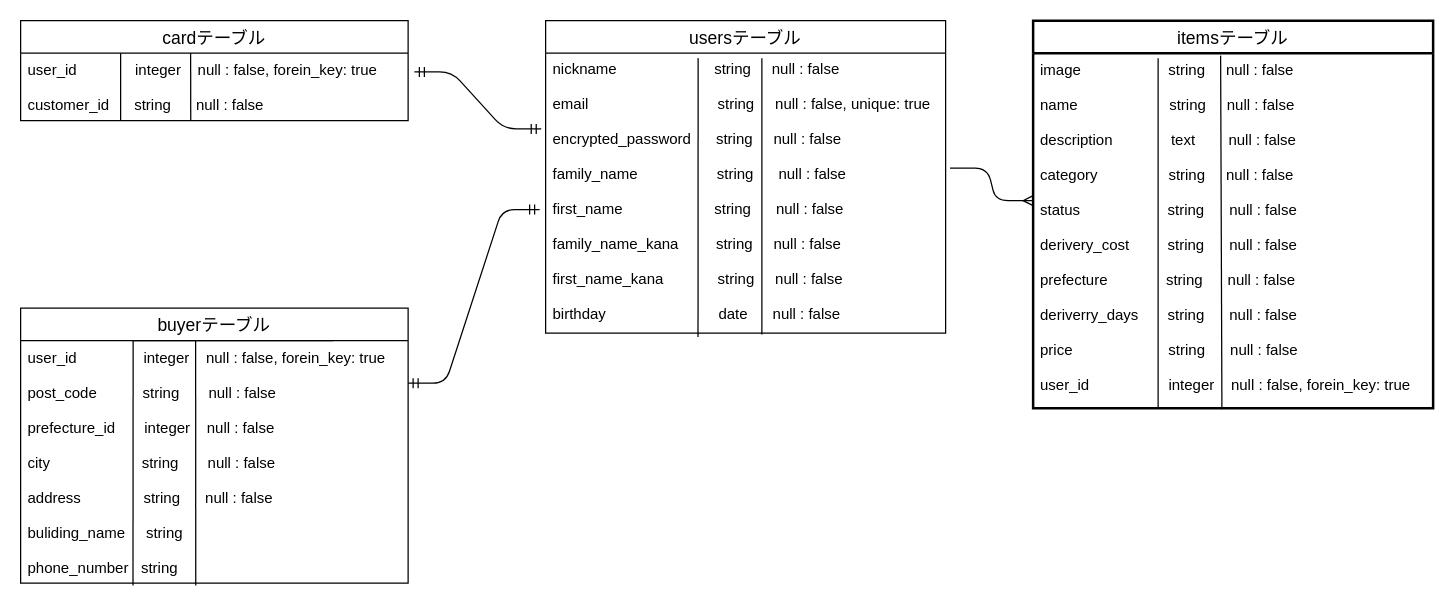
Above: furima.dio in Komty/furima-34555 (draw.io), before the change. Source tidied: cells renumbered, new cells numbered last; positions are measured from the earlier drawing's top-left corner, leaving out a move shared by most shapes. Both pictures are drawn from the tidied source at 125%, with x=0, y=0 at pixel (20, 20).
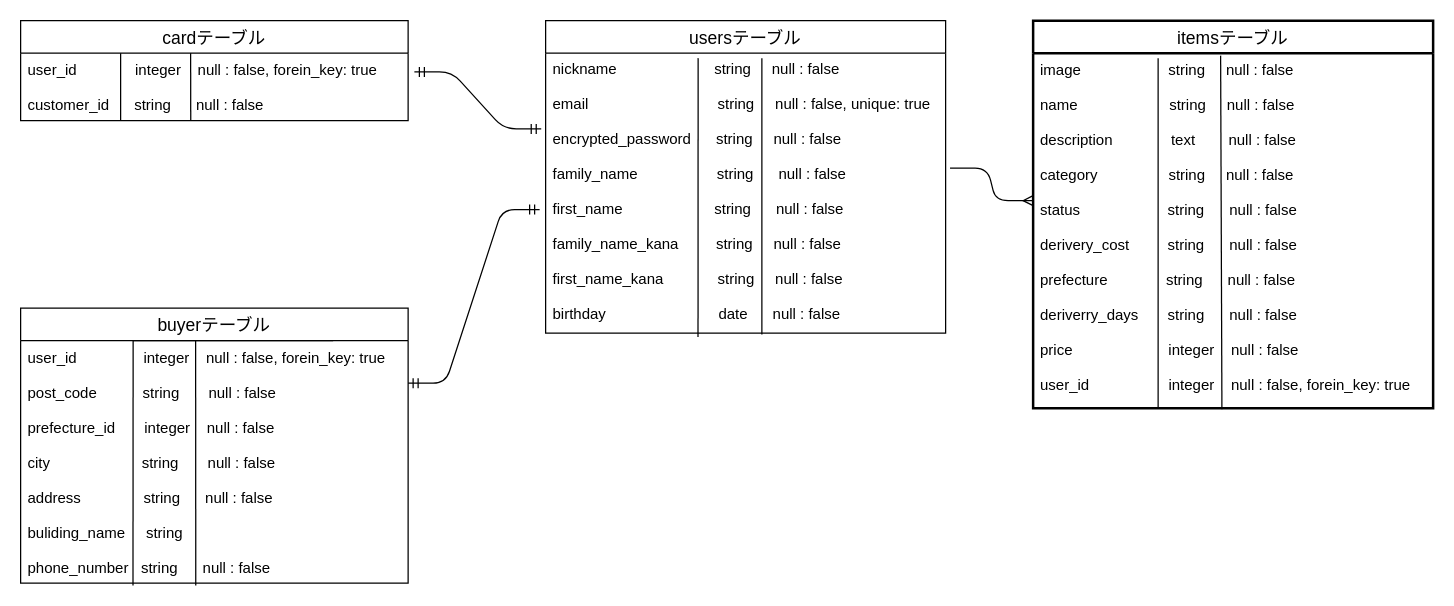
Above is the later version.

Commit message:
データベース設計　修正4

Unchanged cells that the change refers to:
```xml
<mxCell id="3" value="itemsテーブル" style="swimlane;fontStyle=0;horizontal=1;startSize=26;align=center;fontSize=14;strokeWidth=2;" parent="1" vertex="1">
  <mxGeometry x="810" width="320" height="310" as="geometry" />
</mxCell>
<mxCell id="10" value="buyerテーブル" style="swimlane;fontStyle=0;horizontal=1;startSize=26;align=center;fontSize=14;" parent="1" vertex="1">
  <mxGeometry y="230" width="310" height="220" as="geometry" />
</mxCell>
```

Change to the diagram source:
```diff
@@
-    <mxCell id="5" value="image                     string     null : false&#10;&#10;name                      string     null : false &#10;&#10;description              text        null : false &#10;&#10;category                 string     null : false &#10;&#10;status                     string      null : false&#10;&#10;derivery_cost　　  string      null : false &#10;&#10;prefecture              string      null : false&#10;&#10;deriverry_days       string      null : false&#10;&#10;price                       string      null : false&#10;&#10;user_id                   integer    null : false, forein_key: true&#10;" style="text;strokeColor=none;fillColor=none;spacingLeft=4;spacingRight=4;overflow=hidden;points=[[0,0.5],[1,0.5]];portConstraint=eastwest;fontSize=12;" parent="3" vertex="1">
+    <mxCell id="5" value="image                     string     null : false&#10;&#10;name                      string     null : false &#10;&#10;description              text        null : false &#10;&#10;category                 string     null : false &#10;&#10;status                     string      null : false&#10;&#10;derivery_cost　　  string      null : false &#10;&#10;prefecture              string      null : false&#10;&#10;deriverry_days       string      null : false&#10;&#10;price                       integer    null : false&#10;&#10;user_id                   integer    null : false, forein_key: true&#10;" style="text;strokeColor=none;fillColor=none;spacingLeft=4;spacingRight=4;overflow=hidden;points=[[0,0.5],[1,0.5]];portConstraint=eastwest;fontSize=12;" parent="3" vertex="1">
       <mxGeometry y="26" width="320" height="284" as="geometry" />
     </mxCell>
@@
-    <mxCell id="14" value="user_id                integer    null : false, forein_key: true  &#10;&#10;post_code           string       null : false&#10;&#10;prefecture_id       integer    null : false&#10;&#10;city                      string       null : false&#10;   &#10;address               string      null : false&#10;  &#10;buliding_name     string   &#10;&#10;phone_number   string" style="text;strokeColor=none;fillColor=none;spacingLeft=4;spacingRight=4;overflow=hidden;points=[[0,0.5],[1,0.5]];portConstraint=eastwest;fontSize=12;" parent="10" vertex="1">
+    <mxCell id="14" value="user_id                integer    null : false, forein_key: true  &#10;&#10;post_code           string       null : false&#10;&#10;prefecture_id       integer    null : false&#10;&#10;city                      string       null : false&#10;   &#10;address               string      null : false&#10;  &#10;buliding_name     string   &#10;&#10;phone_number   string      null : false" style="text;strokeColor=none;fillColor=none;spacingLeft=4;spacingRight=4;overflow=hidden;points=[[0,0.5],[1,0.5]];portConstraint=eastwest;fontSize=12;" parent="10" vertex="1">
       <mxGeometry y="26" width="310" height="194" as="geometry" />
     </mxCell>
```
